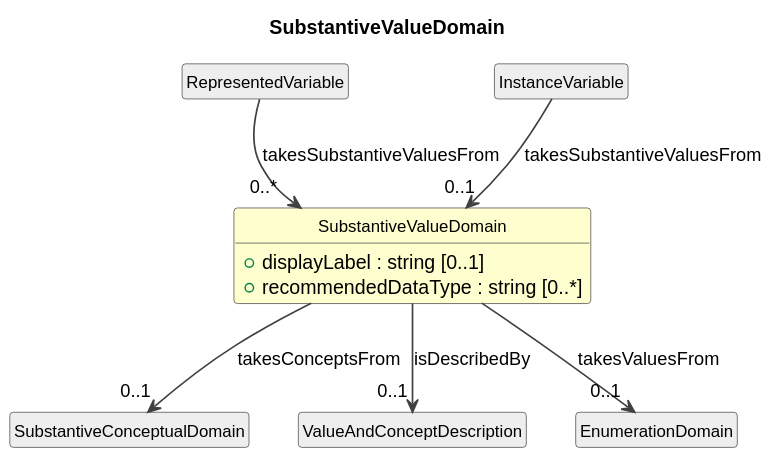
The PlantUML diagram cdif-uml-model/CDIFDataStructure/Classes/SubstantiveValueDomain.svg in Cross-Domain-Interoperability-Framework/metadataBuildingBlocks, before a commit.
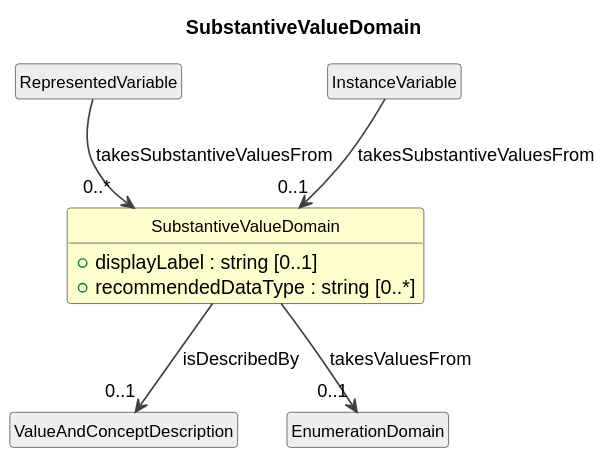
Above is the later version.

What changed in the source:
```diff
@@ -18,8 +18,6 @@
 RepresentedVariable --> "0..*" SubstantiveValueDomain : takesSubstantiveValuesFrom
 class "InstanceVariable" as InstanceVariable #EEEEEE
 InstanceVariable --> "0..1" SubstantiveValueDomain : takesSubstantiveValuesFrom
-class "SubstantiveConceptualDomain" as SubstantiveConceptualDomain #EEEEEE
-SubstantiveValueDomain --> "0..1" SubstantiveConceptualDomain : takesConceptsFrom
 class "ValueAndConceptDescription" as ValueAndConceptDescription #EEEEEE
 SubstantiveValueDomain --> "0..1" ValueAndConceptDescription : isDescribedBy
 class "EnumerationDomain" as EnumerationDomain #EEEEEE
```
